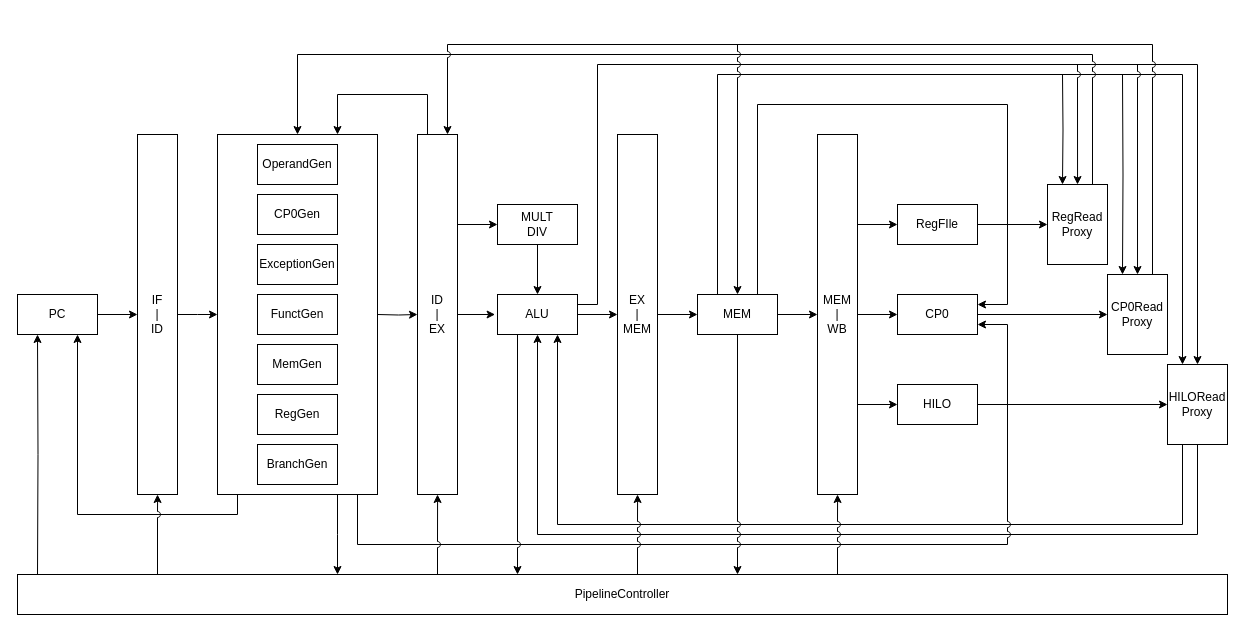
umiskky/Diagrams keeps this draw.io diagram as CS/ExternMIPS/1.drawio. Above is the earlier version. Source tidied: cells renumbered, new cells numbered last; positions are measured from the earlier drawing's top-left corner, leaving out a move shared by most shapes. Both pictures are drawn from the tidied source at 100%, with x=0, y=0 at pixel (17, 44).
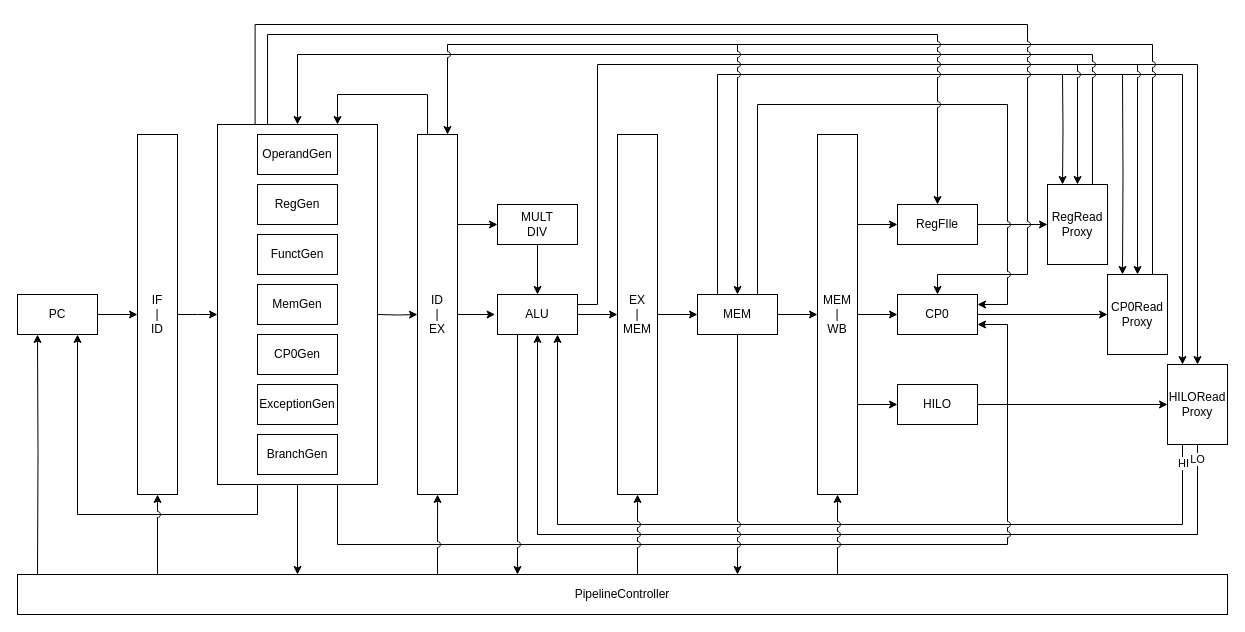
Above is the later version.

Unchanged cells that the change refers to:
```xml
<mxCell id="2" style="edgeStyle=orthogonalEdgeStyle;rounded=0;jettySize=auto;html=1;exitX=0.5;exitY=1;exitDx=0;exitDy=0;entryX=0.5;entryY=1;entryDx=0;entryDy=0;" parent="1" edge="1" source="49" target="34">
  <mxGeometry relative="1" as="geometry">
    <Array as="points">
      <mxPoint x="1180" y="490" />
      <mxPoint x="520" y="490" />
    </Array>
  </mxGeometry>
</mxCell>
<mxCell id="3" style="edgeStyle=orthogonalEdgeStyle;rounded=0;jettySize=auto;html=1;exitX=0.25;exitY=1;exitDx=0;exitDy=0;entryX=0.75;entryY=1;entryDx=0;entryDy=0;" parent="1" edge="1" source="49" target="34">
  <mxGeometry relative="1" as="geometry">
    <Array as="points">
      <mxPoint x="1165" y="480" />
      <mxPoint x="540" y="480" />
    </Array>
  </mxGeometry>
</mxCell>
<mxCell id="11" value="PC" style="rounded=0;whiteSpace=wrap;html=1;" parent="1" vertex="1">
  <mxGeometry y="250" width="80" height="40" as="geometry" />
</mxCell>
<mxCell id="19" value="ID&lt;br&gt;|&lt;br&gt;EX" style="rounded=0;whiteSpace=wrap;html=1;" parent="1" vertex="1">
  <mxGeometry x="400" y="90" width="40" height="360" as="geometry" />
</mxCell>
<mxCell id="34" value="ALU" style="rounded=0;whiteSpace=wrap;html=1;" parent="1" vertex="1">
  <mxGeometry x="480" y="250" width="80" height="40" as="geometry" />
</mxCell>
<mxCell id="38" value="MEM" style="rounded=0;whiteSpace=wrap;html=1;" parent="1" vertex="1">
  <mxGeometry x="680" y="250" width="80" height="40" as="geometry" />
</mxCell>
<mxCell id="40" value="RegFIle" style="rounded=0;whiteSpace=wrap;html=1;" parent="1" vertex="1">
  <mxGeometry x="880" y="160" width="80" height="40" as="geometry" />
</mxCell>
<mxCell id="42" value="CP0" style="rounded=0;whiteSpace=wrap;html=1;" parent="1" vertex="1">
  <mxGeometry x="880" y="250" width="80" height="40" as="geometry" />
</mxCell>
<mxCell id="48" value="CP0Read&lt;br&gt;Proxy" style="rounded=0;whiteSpace=wrap;html=1;" parent="1" vertex="1">
  <mxGeometry x="1090" y="230" width="60" height="80" as="geometry" />
</mxCell>
<mxCell id="49" value="HILORead&lt;br&gt;Proxy" style="rounded=0;whiteSpace=wrap;html=1;" parent="1" vertex="1">
  <mxGeometry x="1150" y="320" width="60" height="80" as="geometry" />
</mxCell>
```

Diff of the diagram source:
```diff
@@
+    <mxCell id="65" style="endArrow=none;html=1;" parent="1" edge="1">
+      <mxGeometry relative="1" as="geometry">
+        <mxPoint x="1060" y="20" as="sourcePoint" />
+        <mxPoint x="1120" y="20" as="targetPoint" />
+      </mxGeometry>
+    </mxCell>
+    <mxCell id="66" style="endArrow=none;html=1;" parent="1" edge="1">
+      <mxGeometry relative="1" as="geometry">
+        <mxPoint x="1045" y="30" as="sourcePoint" />
+        <mxPoint x="1105" y="30" as="targetPoint" />
+      </mxGeometry>
+    </mxCell>
+    <mxCell id="67" style="endArrow=none;html=1;exitX=1;exitY=0.25;exitDx=0;exitDy=0;jumpStyle=arc;rounded=0;" parent="1" edge="1" source="34">
+      <mxGeometry relative="1" as="geometry">
+        <mxPoint x="1061.3" y="20" as="targetPoint" />
+        <Array as="points">
+          <mxPoint x="580" y="260" />
+          <mxPoint x="580" y="20" />
+        </Array>
+      </mxGeometry>
+    </mxCell>
+    <mxCell id="68" style="endArrow=none;html=1;exitX=0.25;exitY=0;exitDx=0;exitDy=0;rounded=0;" parent="1" edge="1" source="38">
+      <mxGeometry relative="1" as="geometry">
+        <mxPoint x="1045" y="30" as="targetPoint" />
+        <Array as="points">
+          <mxPoint x="700" y="30" />
+        </Array>
+      </mxGeometry>
+    </mxCell>
@@
+    <mxCell id="69" value="LO" style="edgeLabel;html=1;align=center;verticalAlign=middle;" parent="2" vertex="1">
+      <mxGeometry x="-0.97" y="-1" relative="1" as="geometry" />
+    </mxCell>
@@
+    <mxCell id="70" value="HI" style="edgeLabel;html=1;align=center;verticalAlign=middle;" parent="3" vertex="1">
+      <mxGeometry x="-0.96" relative="1" as="geometry" />
+    </mxCell>
     <mxCell id="4" style="edgeStyle=orthogonalEdgeStyle;rounded=0;jettySize=auto;html=1;entryX=0.75;entryY=1;entryDx=0;entryDy=0;" parent="1" edge="1" source="56" target="11">
       <mxGeometry relative="1" as="geometry">
         <Array as="points">
-          <mxPoint x="220" y="470" />
+          <mxPoint x="240" y="470" />
           <mxPoint x="60" y="470" />
         </Array>
       </mxGeometry>
     </mxCell>
     <mxCell id="5" style="edgeStyle=orthogonalEdgeStyle;rounded=0;jettySize=auto;html=1;entryX=1;entryY=0.75;entryDx=0;entryDy=0;jumpStyle=arc;" parent="1" edge="1" source="56" target="42">
       <mxGeometry relative="1" as="geometry">
         <Array as="points">
-          <mxPoint x="340" y="500" />
+          <mxPoint x="320" y="500" />
           <mxPoint x="990" y="500" />
           <mxPoint x="990" y="280" />
         </Array>
       </mxGeometry>
     </mxCell>
-    <mxCell id="6" style="edgeStyle=orthogonalEdgeStyle;rounded=0;jettySize=auto;html=1;exitX=1;exitY=0.25;exitDx=0;exitDy=0;jumpStyle=arc;" parent="1" edge="1" source="34" target="49">
+    <mxCell id="6" style="edgeStyle=orthogonalEdgeStyle;rounded=0;jettySize=auto;html=1;jumpStyle=arc;" parent="1" edge="1" target="49">
       <mxGeometry relative="1" as="geometry">
+        <mxPoint x="1120" y="20" as="sourcePoint" />
         <Array as="points">
-          <mxPoint x="580" y="260" />
-          <mxPoint x="580" y="20" />
           <mxPoint x="1180" y="20" />
         </Array>
       </mxGeometry>
     </mxCell>
-    <mxCell id="7" style="edgeStyle=orthogonalEdgeStyle;rounded=0;jettySize=auto;html=1;exitX=0.25;exitY=0;exitDx=0;exitDy=0;entryX=0.25;entryY=0;entryDx=0;entryDy=0;" parent="1" edge="1" source="38" target="49">
+    <mxCell id="7" style="edgeStyle=orthogonalEdgeStyle;rounded=0;jettySize=auto;html=1;entryX=0.25;entryY=0;entryDx=0;entryDy=0;endFill=1;snapToPoint=0;" parent="1" edge="1" target="49">
       <mxGeometry relative="1" as="geometry">
+        <mxPoint x="1105" y="30" as="sourcePoint" />
         <Array as="points">
-          <mxPoint x="700" y="30" />
           <mxPoint x="1165" y="30" />
         </Array>
       </mxGeometry>
     </mxCell>
@@
-    <mxCell id="29" style="edgeStyle=orthogonalEdgeStyle;rounded=0;jettySize=auto;html=1;exitX=0.75;exitY=1;exitDx=0;exitDy=0;" parent="1" edge="1" source="56">
+    <mxCell id="29" style="edgeStyle=orthogonalEdgeStyle;rounded=0;jettySize=auto;html=1;exitX=0.5;exitY=1;exitDx=0;exitDy=0;" parent="1" edge="1" source="56">
       <mxGeometry relative="1" as="geometry">
-        <mxPoint x="320" y="530" as="targetPoint" />
+        <mxPoint x="280" y="530" as="targetPoint" />
+        <Array as="points">
+          <mxPoint x="280" y="530" />
+        </Array>
       </mxGeometry>
     </mxCell>
@@
-    <mxCell id="37" style="edgeStyle=orthogonalEdgeStyle;rounded=0;jettySize=auto;html=1;exitX=0.75;exitY=0;exitDx=0;exitDy=0;entryX=1;entryY=0.25;entryDx=0;entryDy=0;" parent="1" edge="1" source="38" target="42">
-      <mxGeometry relative="1" as="geometry">
-        <Array as="points">
-          <mxPoint x="740" y="60" />
-          <mxPoint x="990" y="60" />
-          <mxPoint x="990" y="260" />
-        </Array>
-      </mxGeometry>
-    </mxCell>
@@
-    <mxCell id="53" style="edgeStyle=orthogonalEdgeStyle;rounded=0;jettySize=auto;html=1;exitX=0.75;exitY=0;exitDx=0;exitDy=0;entryX=0.75;entryY=0;entryDx=0;entryDy=0;jumpStyle=arc;" parent="1" edge="1" source="48" target="19">
+    <mxCell id="53" style="edgeStyle=orthogonalEdgeStyle;rounded=0;jettySize=auto;html=1;entryX=0.75;entryY=0;entryDx=0;entryDy=0;jumpStyle=arc;" parent="1" edge="1" target="19">
       <mxGeometry relative="1" as="geometry">
+        <mxPoint x="720" as="sourcePoint" />
         <Array as="points">
-          <mxPoint x="1135" />
           <mxPoint x="430" />
         </Array>
       </mxGeometry>
     </mxCell>
@@
-    <mxCell id="55" style="group;" parent="1" vertex="1">
-      <mxGeometry x="200" y="90" width="160" height="360" as="geometry" />
-    </mxCell>
-    <mxCell id="56" value="&lt;blockquote style=&quot;margin: 0 0 0 40px ; border: none ; padding: 0px&quot;&gt;&lt;/blockquote&gt;" style="rounded=0;whiteSpace=wrap;html=1;align=left;" parent="55" vertex="1">
-      <mxGeometry width="160" height="360" as="geometry" />
+    <mxCell id="56" value="&lt;blockquote style=&quot;margin: 0 0 0 40px ; border: none ; padding: 0px&quot;&gt;&lt;/blockquote&gt;" style="rounded=0;whiteSpace=wrap;html=1;align=left;" parent="1" vertex="1">
+      <mxGeometry x="200" y="80" width="160" height="360" as="geometry" />
     </mxCell>
-    <mxCell id="57" value="OperandGen" style="rounded=0;whiteSpace=wrap;html=1;" parent="55" vertex="1">
-      <mxGeometry x="40" y="10" width="80" height="40" as="geometry" />
+    <mxCell id="57" value="OperandGen" style="rounded=0;whiteSpace=wrap;html=1;" parent="1" vertex="1">
+      <mxGeometry x="240" y="90" width="80" height="40" as="geometry" />
     </mxCell>
-    <mxCell id="58" value="CP0Gen" style="rounded=0;whiteSpace=wrap;html=1;" parent="55" vertex="1">
-      <mxGeometry x="40" y="60" width="80" height="40" as="geometry" />
+    <mxCell id="58" value="CP0Gen" style="rounded=0;whiteSpace=wrap;html=1;" parent="1" vertex="1">
+      <mxGeometry x="240" y="290" width="80" height="40" as="geometry" />
     </mxCell>
-    <mxCell id="59" value="ExceptionGen" style="rounded=0;whiteSpace=wrap;html=1;" parent="55" vertex="1">
-      <mxGeometry x="40" y="110" width="80" height="40" as="geometry" />
+    <mxCell id="59" value="ExceptionGen" style="rounded=0;whiteSpace=wrap;html=1;" parent="1" vertex="1">
+      <mxGeometry x="240" y="340" width="80" height="40" as="geometry" />
     </mxCell>
-    <mxCell id="60" value="FunctGen" style="rounded=0;whiteSpace=wrap;html=1;" parent="55" vertex="1">
-      <mxGeometry x="40" y="160" width="80" height="40" as="geometry" />
+    <mxCell id="60" value="FunctGen" style="rounded=0;whiteSpace=wrap;html=1;" parent="1" vertex="1">
+      <mxGeometry x="240" y="190" width="80" height="40" as="geometry" />
     </mxCell>
-    <mxCell id="61" value="MemGen" style="rounded=0;whiteSpace=wrap;html=1;" parent="55" vertex="1">
-      <mxGeometry x="40" y="210" width="80" height="40" as="geometry" />
+    <mxCell id="61" value="MemGen" style="rounded=0;whiteSpace=wrap;html=1;" parent="1" vertex="1">
+      <mxGeometry x="240" y="240" width="80" height="40" as="geometry" />
     </mxCell>
-    <mxCell id="62" value="BranchGen" style="rounded=0;whiteSpace=wrap;html=1;" parent="55" vertex="1">
-      <mxGeometry x="40" y="310" width="80" height="40" as="geometry" />
+    <mxCell id="62" value="BranchGen" style="rounded=0;whiteSpace=wrap;html=1;" parent="1" vertex="1">
+      <mxGeometry x="240" y="390" width="80" height="40" as="geometry" />
     </mxCell>
-    <mxCell id="63" value="RegGen" style="rounded=0;whiteSpace=wrap;html=1;" parent="55" vertex="1">
-      <mxGeometry x="40" y="260" width="80" height="40" as="geometry" />
+    <mxCell id="63" value="RegGen" style="rounded=0;whiteSpace=wrap;html=1;" parent="1" vertex="1">
+      <mxGeometry x="240" y="140" width="80" height="40" as="geometry" />
     </mxCell>
-    <mxCell id="64" style="edgeStyle=orthogonalEdgeStyle;rounded=0;orthogonalLoop=1;jettySize=auto;html=1;exitX=0.5;exitY=1;exitDx=0;exitDy=0;" parent="55" edge="1" source="56" target="56">
-      <mxGeometry relative="1" as="geometry" />
+    <mxCell id="64" style="edgeStyle=orthogonalEdgeStyle;rounded=0;orthogonalLoop=1;jettySize=auto;html=1;exitX=0.5;exitY=1;exitDx=0;exitDy=0;" parent="1" edge="1" source="56" target="56">
+      <mxGeometry x="480" y="270" as="geometry" />
     </mxCell>
+    <mxCell id="71" style="endArrow=none;html=1;entryX=0.75;entryY=0;entryDx=0;entryDy=0;rounded=0;jumpStyle=arc;" parent="1" edge="1" target="48">
+      <mxGeometry relative="1" as="geometry">
+        <mxPoint x="720" as="sourcePoint" />
+        <Array as="points">
+          <mxPoint x="1135" />
+        </Array>
+      </mxGeometry>
+    </mxCell>
+    <mxCell id="72" style="edgeStyle=orthogonalEdgeStyle;rounded=0;jumpStyle=arc;jettySize=auto;html=1;exitX=0.5;exitY=0;exitDx=0;exitDy=0;endFill=1;entryX=0.5;entryY=0;entryDx=0;entryDy=0;" parent="1" edge="1" target="42">
+      <mxGeometry relative="1" as="geometry">
+        <mxPoint x="237.6" y="80" as="sourcePoint" />
+        <Array as="points">
+          <mxPoint x="238" y="-20" />
+          <mxPoint x="1010" y="-20" />
+          <mxPoint x="1010" y="230" />
+          <mxPoint x="920" y="230" />
+        </Array>
+      </mxGeometry>
+    </mxCell>
+    <mxCell id="37" style="edgeStyle=orthogonalEdgeStyle;rounded=0;jettySize=auto;html=1;exitX=0.75;exitY=0;exitDx=0;exitDy=0;entryX=1;entryY=0.25;entryDx=0;entryDy=0;jumpStyle=arc;" parent="1" edge="1" source="38" target="42">
+      <mxGeometry relative="1" as="geometry">
+        <Array as="points">
+          <mxPoint x="740" y="60" />
+          <mxPoint x="990" y="60" />
+          <mxPoint x="990" y="260" />
+        </Array>
+      </mxGeometry>
+    </mxCell>
+    <mxCell id="73" style="edgeStyle=orthogonalEdgeStyle;rounded=0;jumpStyle=arc;jettySize=auto;html=1;entryX=0.5;entryY=0;entryDx=0;entryDy=0;endFill=1;" parent="1" edge="1" target="40">
+      <mxGeometry relative="1" as="geometry">
+        <mxPoint x="250" y="80" as="sourcePoint" />
+        <Array as="points">
+          <mxPoint x="250" y="80" />
+          <mxPoint x="250" y="-10" />
+          <mxPoint x="920" y="-10" />
+        </Array>
+      </mxGeometry>
+    </mxCell>
```
